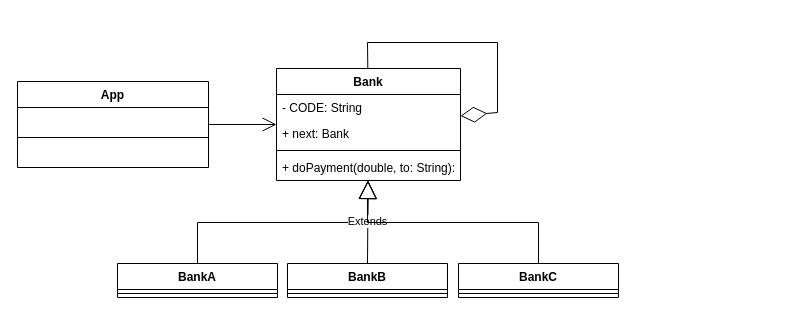
Earlier version of the draw.io diagram Sistemas/Chain of Responsability q2.drawio (GersonFeDutra/Java-exercises). Source tidied: cells renumbered, new cells numbered last; positions are measured from the earlier drawing's top-left corner, leaving out a move shared by most shapes. Both pictures are drawn from the tidied source at 100%, with x=0, y=0 at pixel (17, 42).
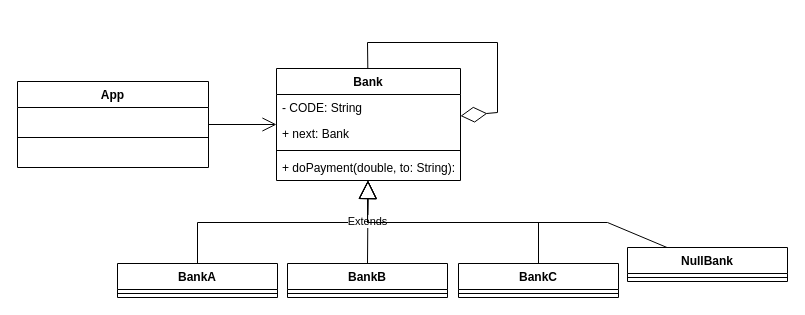
After the change.

Commit message:
Add Null Bank CoR q2.drawio

Unchanged cells that the change refers to:
```xml
<mxCell id="12" value="Bank" style="swimlane;fontStyle=1;align=center;verticalAlign=top;horizontal=1;startSize=26;" parent="1" vertex="1">
  <mxGeometry x="259" y="26" width="184" height="112" as="geometry" />
</mxCell>
```

The edit, as a diff of the source:
```diff
@@
+    <mxCell id="22" value="NullBank" style="swimlane;fontStyle=1;align=center;verticalAlign=top;horizontal=1;startSize=26;" parent="1" vertex="1">
+      <mxGeometry x="610" y="205" width="160" height="34" as="geometry" />
+    </mxCell>
+    <mxCell id="23" style="line;strokeWidth=1;fillColor=none;align=left;verticalAlign=middle;spacingTop=-1;spacingLeft=3;spacingRight=3;labelPosition=right;strokeColor=inherit;" parent="22" vertex="1">
+      <mxGeometry y="26" width="160" height="8" as="geometry" />
+    </mxCell>
+    <mxCell id="24" style="endArrow=block;endSize=16;endFill=0;html=1;rounded=0;" parent="1" edge="1" source="22" target="12">
+      <mxGeometry relative="1" as="geometry">
+        <Array as="points">
+          <mxPoint x="590" y="180" />
+          <mxPoint x="350" y="180" />
+        </Array>
+      </mxGeometry>
+    </mxCell>
```
